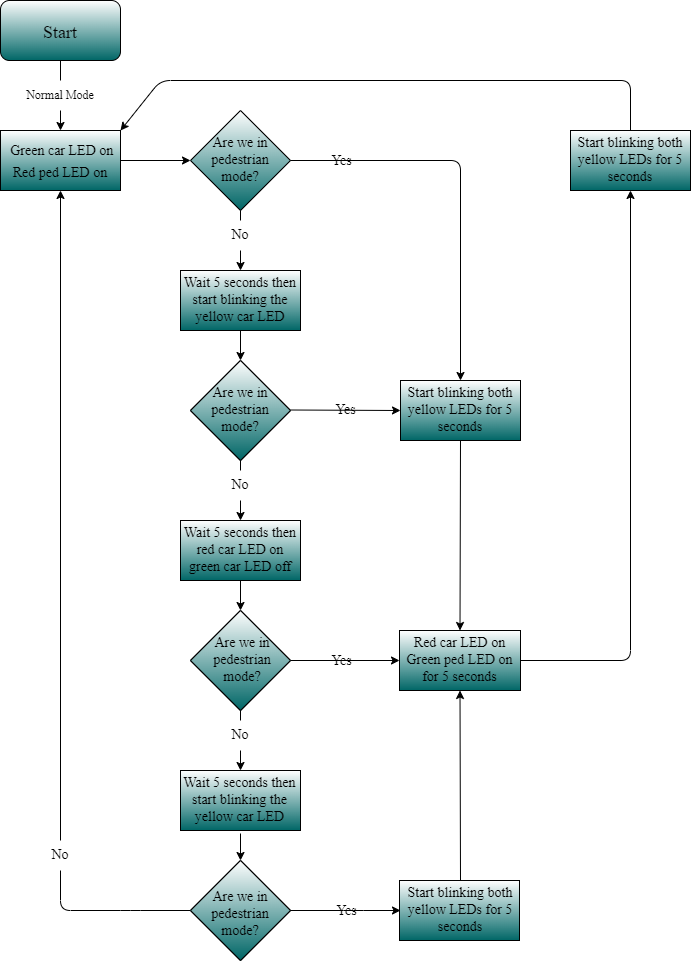
Above: Flowchart.drawio.png in ahmedelahmmar/On-Demand-Traffic-Lights (draw.io), before the change. Source tidied: cells renumbered, new cells last; positions are measured from the earlier drawing's top-left corner, leaving out a move shared by most shapes.
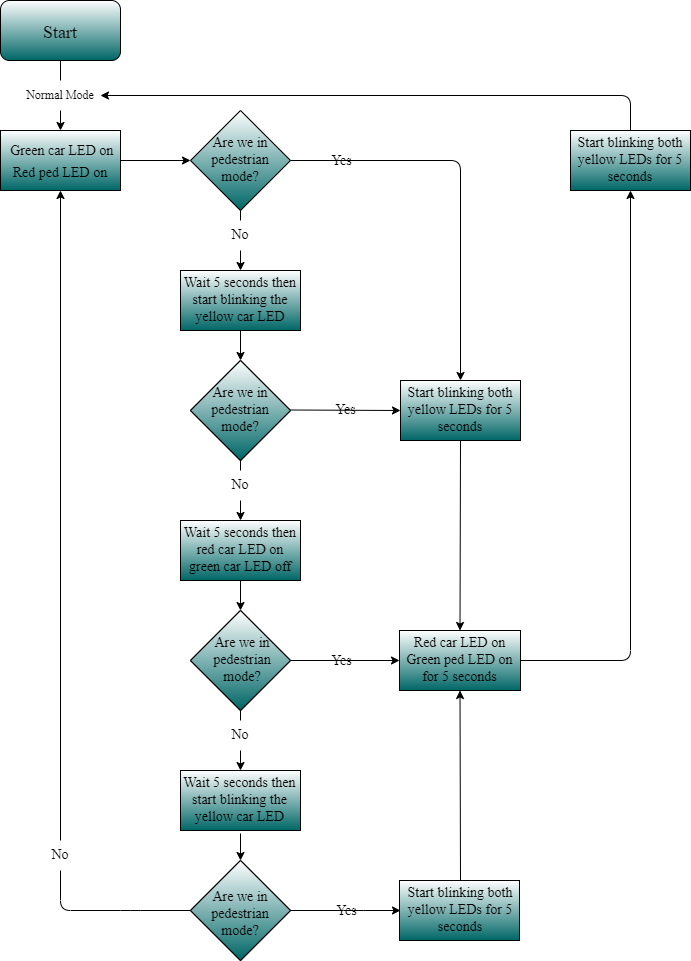
The same file after the commit.

Commit message:
Flowchart Finalization

Change to the diagram source:
```diff
@@ -144,11 +144,10 @@
     <mxCell id="42" style="rounded=0;whiteSpace=wrap;html=1;fontFamily=Times New Roman;fontSize=14;fillColor=#FFFFFF;gradientColor=#006666;" parent="1" vertex="1">
       <mxGeometry x="570" y="130" width="120" height="60" as="geometry" />
     </mxCell>
-    <mxCell id="43" style="edgeStyle=none;html=1;exitX=0.5;exitY=0;exitDx=0;exitDy=0;fontFamily=Times New Roman;fontSize=14;entryX=1;entryY=0;entryDx=0;entryDy=0;strokeColor=#000000;" parent="1" edge="1" source="44" target="6">
+    <mxCell id="43" style="edgeStyle=none;html=1;exitX=0.5;exitY=0;exitDx=0;exitDy=0;fontFamily=Times New Roman;fontSize=14;entryX=1;entryY=0.5;entryDx=0;entryDy=0;strokeColor=#000000;" parent="1" edge="1" source="44" target="11">
       <mxGeometry relative="1" as="geometry">
         <Array as="points">
-          <mxPoint x="630" y="80" />
-          <mxPoint x="160" y="80" />
+          <mxPoint x="630" y="95" />
         </Array>
       </mxGeometry>
     </mxCell>
```
